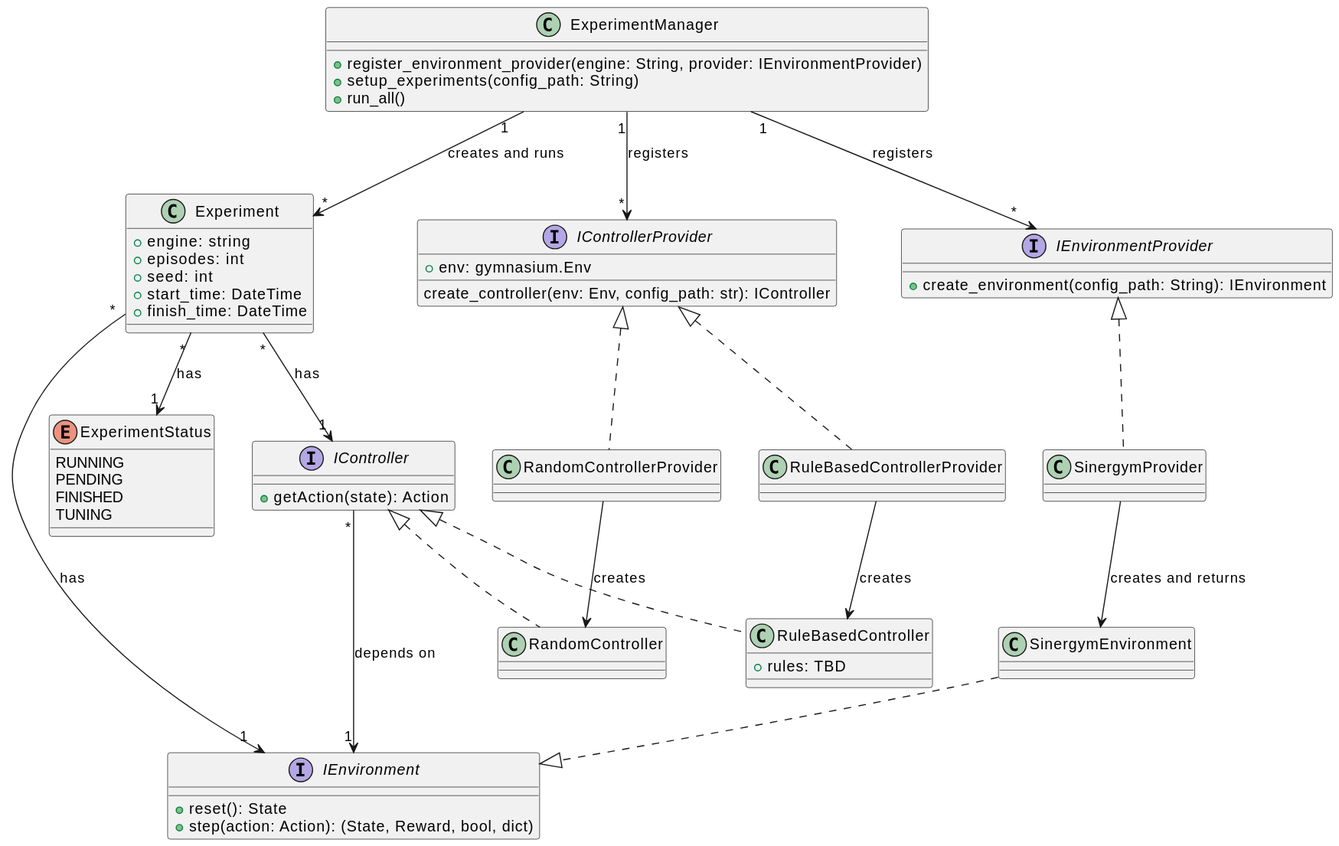
Before: docs/uml/ClassDiagram.svg, a diagram exported from PlantUML (JoeTheHammer/rl-building-control).
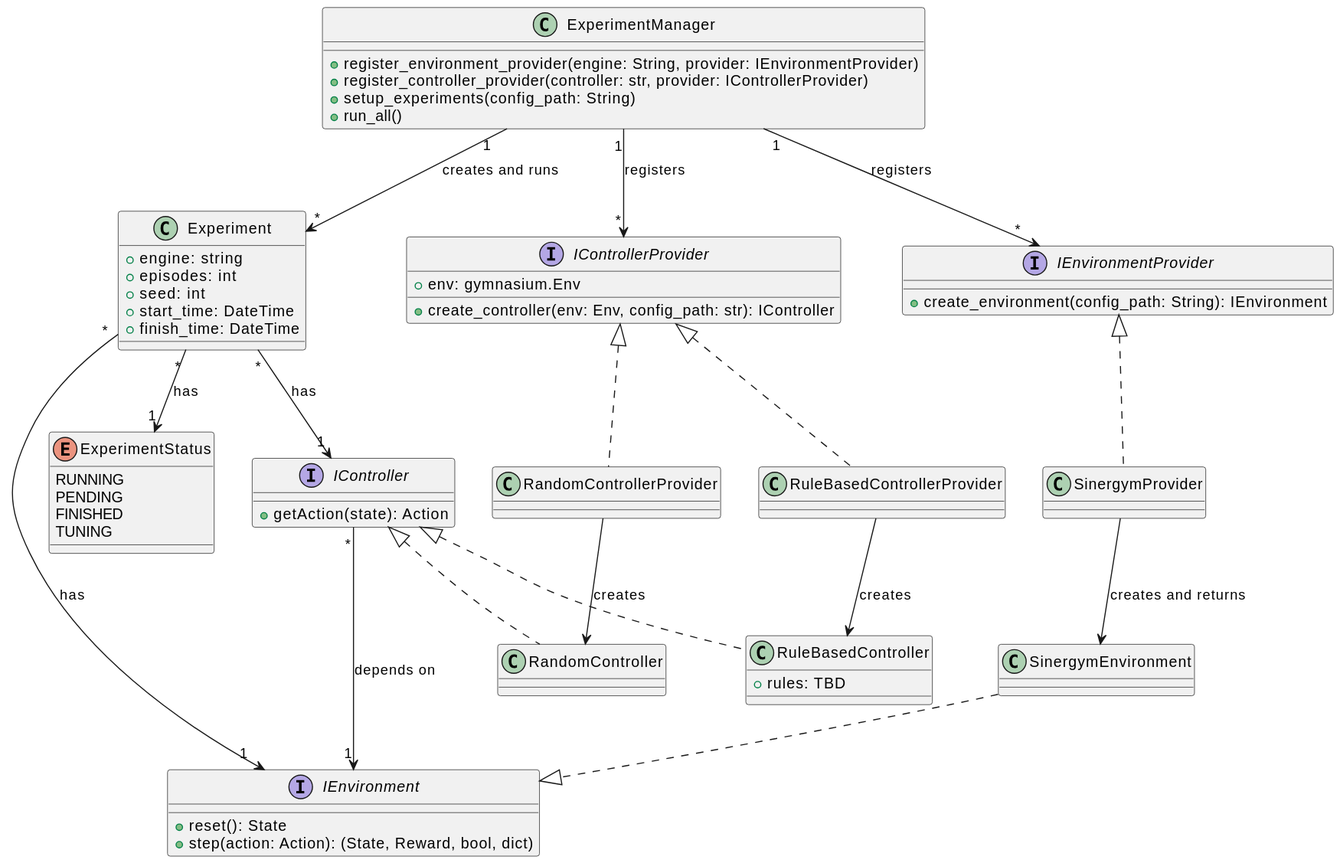
Above is the later version.

Commit message:
Updated class diagram

The edit, as a diff of the source:
```diff
@@ -10,7 +10,7 @@
 
 interface IControllerProvider {
 	+ env: gymnasium.Env
-	create_controller(env: Env, config_path: str): IController
+	+ create_controller(env: Env, config_path: str): IController
 }
 
 class RandomControllerProvider {
@@ -45,6 +45,7 @@
 
 class ExperimentManager {
   + register_environment_provider(engine: String, provider: IEnvironmentProvider)
+  + register_controller_provider(controller: str, provider: IControllerProvider)
   + setup_experiments(config_path: String)
   + run_all()
 }
```
